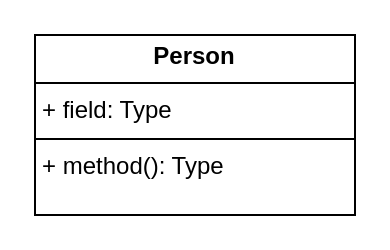
Before: OOSE2.drawio in Supatchai2003/OOSE-, a draw.io diagram. Source tidied: cells renumbered, new cells numbered last; positions are measured from the earlier drawing's top-left corner, leaving out a move shared by most shapes. Both pictures are drawn from the tidied source at 200%, with x=0, y=0 at pixel (34, 34).
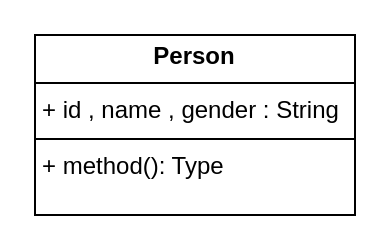
After the change.

Change to the diagram source:
```diff
@@
 <mxGraphModel>
   <root>
     <mxCell id="0" />
     <mxCell id="1" parent="0" />
-    <mxCell id="2" value="&lt;p style=&quot;margin:0px;margin-top:4px;text-align:center;&quot;&gt;&lt;b&gt;Person&lt;/b&gt;&lt;/p&gt;&lt;hr size=&quot;1&quot; style=&quot;border-style:solid;&quot;&gt;&lt;p style=&quot;margin:0px;margin-left:4px;&quot;&gt;+ field: Type&lt;/p&gt;&lt;hr size=&quot;1&quot; style=&quot;border-style:solid;&quot;&gt;&lt;p style=&quot;margin:0px;margin-left:4px;&quot;&gt;+ method(): Type&lt;/p&gt;" style="verticalAlign=top;align=left;overflow=fill;html=1;whiteSpace=wrap;" parent="1" vertex="1">
+    <mxCell id="2" value="&lt;p style=&quot;margin:0px;margin-top:4px;text-align:center;&quot;&gt;&lt;b&gt;Person&lt;/b&gt;&lt;/p&gt;&lt;hr size=&quot;1&quot; style=&quot;border-style:solid;&quot;&gt;&lt;p style=&quot;margin:0px;margin-left:4px;&quot;&gt;+ id , name , gender : String&lt;/p&gt;&lt;hr size=&quot;1&quot; style=&quot;border-style:solid;&quot;&gt;&lt;p style=&quot;margin:0px;margin-left:4px;&quot;&gt;+ method(): Type&lt;/p&gt;" style="verticalAlign=top;align=left;overflow=fill;html=1;whiteSpace=wrap;" parent="1" vertex="1">
       <mxGeometry width="160" height="90" as="geometry" />
     </mxCell>
   </root>
 </mxGraphModel>
```
